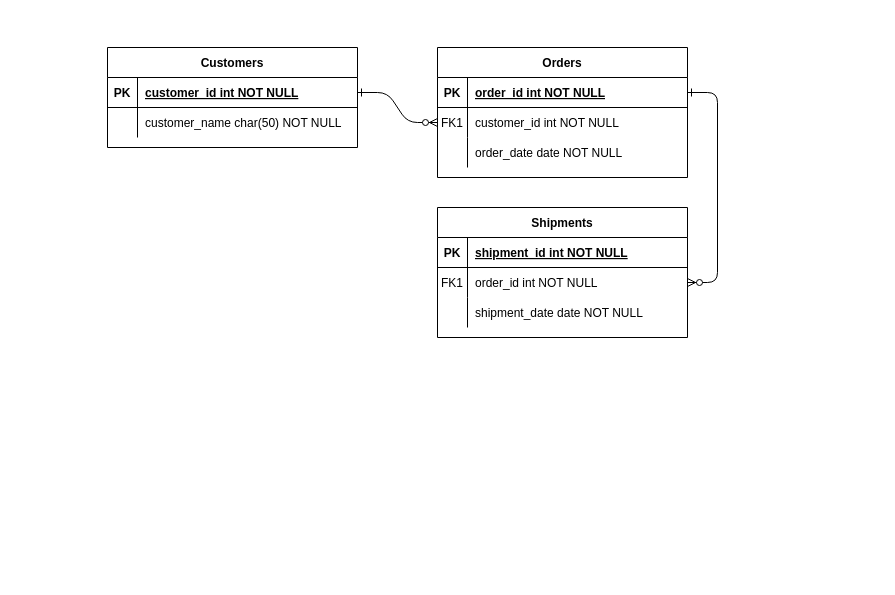
Above: HATS.drawio in cadetCoder/Activity (draw.io), before the change. Source tidied: cells renumbered, new cells numbered last; positions are measured from the earlier drawing's top-left corner, leaving out a move shared by most shapes. Both pictures are drawn from the tidied source at 100%, with x=0, y=0 at pixel (107, 47).
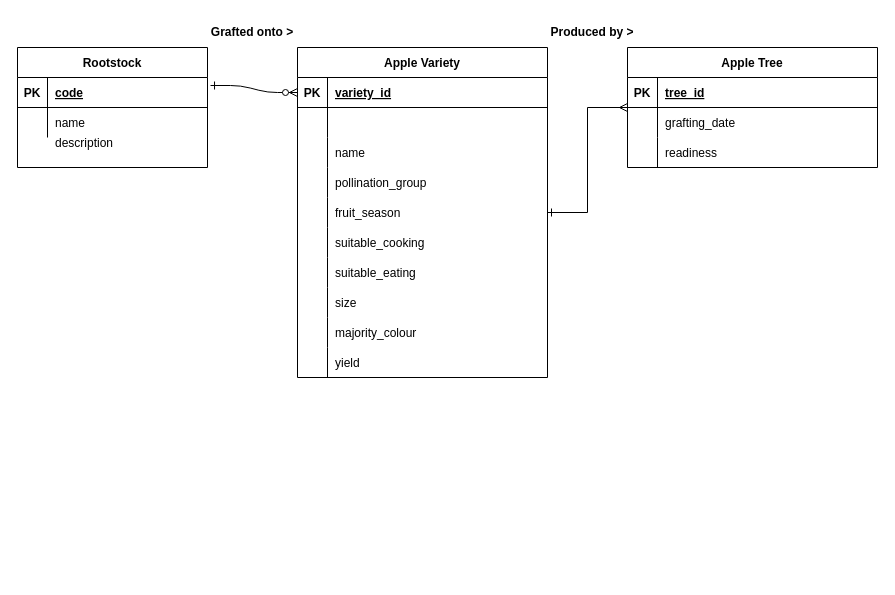
Above is the later version.

Unchanged cells that the change refers to:
```xml
<mxCell id="5" style="shape=partialRectangle;fillColor=none;points=[[0,0.5],[1,0.5]];portConstraint=eastwest;top=0;left=0;right=0;bottom=1;" parent="4" vertex="1">
  <mxGeometry y="30" width="250" height="30" as="geometry" />
</mxCell>
<mxCell id="8" style="shape=partialRectangle;fillColor=none;points=[[0,0.5],[1,0.5]];portConstraint=eastwest;top=0;left=0;right=0;bottom=0;" parent="4" vertex="1">
  <mxGeometry y="60" width="250" height="30" as="geometry" />
</mxCell>
<mxCell id="11" style="shape=partialRectangle;fillColor=none;top=0;left=0;right=0;bottom=0;" parent="4" vertex="1">
  <mxGeometry y="90" width="250" height="30" as="geometry" />
</mxCell>
```

Change to the diagram source:
```diff
@@
-    <mxCell id="2" style="edgeStyle=entityRelationEdgeStyle;endArrow=ERzeroToMany;startArrow=ERone;endFill=1;startFill=0;" parent="1" edge="1" source="25" target="8">
+    <mxCell id="2" style="edgeStyle=entityRelationEdgeStyle;endArrow=ERzeroToMany;startArrow=ERone;endFill=1;startFill=0;exitX=1.016;exitY=0.267;exitDx=0;exitDy=0;exitPerimeter=0;entryX=0;entryY=0.5;entryDx=0;entryDy=0;" parent="1" edge="1" source="25" target="5">
       <mxGeometry relative="1" as="geometry" />
     </mxCell>
-    <mxCell id="3" style="edgeStyle=entityRelationEdgeStyle;endArrow=ERzeroToMany;startArrow=ERone;endFill=1;startFill=0;" parent="1" edge="1" source="5" target="18">
-      <mxGeometry relative="1" as="geometry" />
-    </mxCell>
+    <mxCell id="31" style="edgeStyle=orthogonalEdgeStyle;rounded=0;jettySize=auto;html=1;endArrow=ERmany;endFill=0;startArrow=ERone;startFill=0;" parent="1" edge="1" source="4" target="56">
+      <mxGeometry relative="1" as="geometry" />
+    </mxCell>
-    <mxCell id="4" value="Orders" style="shape=table;startSize=30;childLayout=tableLayout;rowLines=0;fontStyle=1;align=center;" parent="1" vertex="1">
-      <mxGeometry x="330" width="250" height="130" as="geometry" />
+    <mxCell id="4" value="Apple Variety" style="shape=table;startSize=30;childLayout=tableLayout;rowLines=0;fontStyle=1;align=center;" parent="1" vertex="1">
+      <mxGeometry x="190" width="250" height="330" as="geometry" />
     </mxCell>
@@
-    <mxCell id="7" value="order_id int NOT NULL " style="shape=partialRectangle;overflow=hidden;fillColor=none;top=0;left=0;bottom=0;right=0;align=left;spacingLeft=6;fontStyle=5;" parent="5" vertex="1">
+    <mxCell id="7" value="variety_id" style="shape=partialRectangle;overflow=hidden;fillColor=none;top=0;left=0;bottom=0;right=0;align=left;spacingLeft=6;fontStyle=5;" parent="5" vertex="1">
       <mxGeometry x="30" width="220" height="30" as="geometry" />
     </mxCell>
@@
-    <mxCell id="9" value="FK1" style="shape=partialRectangle;overflow=hidden;fillColor=none;top=0;left=0;bottom=0;right=0;" parent="8" vertex="1">
+    <mxCell id="9" style="shape=partialRectangle;overflow=hidden;fillColor=none;top=0;left=0;bottom=0;right=0;" parent="8" vertex="1">
       <mxGeometry width="30" height="30" as="geometry" />
     </mxCell>
-    <mxCell id="10" value="customer_id int NOT NULL" style="shape=partialRectangle;overflow=hidden;fillColor=none;top=0;left=0;bottom=0;right=0;align=left;spacingLeft=6;" parent="8" vertex="1">
+    <mxCell id="10" style="shape=partialRectangle;overflow=hidden;fillColor=none;top=0;left=0;bottom=0;right=0;align=left;spacingLeft=6;" parent="8" vertex="1">
       <mxGeometry x="30" width="220" height="30" as="geometry" />
     </mxCell>
@@
-    <mxCell id="13" value="order_date date NOT NULL" style="shape=partialRectangle;overflow=hidden;fillColor=none;top=0;left=0;bottom=0;right=0;align=left;spacingLeft=6;" parent="11" vertex="1">
+    <mxCell id="13" value="name" style="shape=partialRectangle;overflow=hidden;fillColor=none;top=0;left=0;bottom=0;right=0;align=left;spacingLeft=6;" parent="11" vertex="1">
       <mxGeometry x="30" width="220" height="30" as="geometry" />
     </mxCell>
-    <mxCell id="14" value="Shipments" style="shape=table;startSize=30;childLayout=tableLayout;rowLines=0;fontStyle=1;align=center;" parent="1" vertex="1">
-      <mxGeometry x="330" y="160" width="250" height="130" as="geometry" />
-    </mxCell>
-    <mxCell id="15" style="shape=partialRectangle;fillColor=none;top=0;left=0;right=0;bottom=1;" parent="14" vertex="1">
-      <mxGeometry y="30" width="250" height="30" as="geometry" />
-    </mxCell>
-    <mxCell id="16" value="PK" style="shape=partialRectangle;overflow=hidden;fillColor=none;top=0;left=0;bottom=0;right=0;fontStyle=1;" parent="15" vertex="1">
-      <mxGeometry width="30" height="30" as="geometry" />
-    </mxCell>
-    <mxCell id="17" value="shipment_id int NOT NULL " style="shape=partialRectangle;overflow=hidden;fillColor=none;top=0;left=0;bottom=0;right=0;align=left;spacingLeft=6;fontStyle=5;" parent="15" vertex="1">
-      <mxGeometry x="30" width="220" height="30" as="geometry" />
-    </mxCell>
-    <mxCell id="18" style="shape=partialRectangle;fillColor=none;points=[[0,0.5],[1,0.5]];portConstraint=eastwest;top=0;left=0;right=0;bottom=0;" parent="14" vertex="1">
-      <mxGeometry y="60" width="250" height="30" as="geometry" />
-    </mxCell>
-    <mxCell id="19" value="FK1" style="shape=partialRectangle;overflow=hidden;fillColor=none;top=0;left=0;bottom=0;right=0;" parent="18" vertex="1">
-      <mxGeometry width="30" height="30" as="geometry" />
-    </mxCell>
-    <mxCell id="20" value="order_id int NOT NULL" style="shape=partialRectangle;overflow=hidden;fillColor=none;top=0;left=0;bottom=0;right=0;align=left;spacingLeft=6;" parent="18" vertex="1">
-      <mxGeometry x="30" width="220" height="30" as="geometry" />
-    </mxCell>
-    <mxCell id="21" style="shape=partialRectangle;fillColor=none;top=0;left=0;right=0;bottom=0;" parent="14" vertex="1">
-      <mxGeometry y="90" width="250" height="30" as="geometry" />
-    </mxCell>
-    <mxCell id="22" style="shape=partialRectangle;overflow=hidden;fillColor=none;top=0;left=0;bottom=0;right=0;" parent="21" vertex="1">
-      <mxGeometry width="30" height="30" as="geometry" />
-    </mxCell>
-    <mxCell id="23" value="shipment_date date NOT NULL" style="shape=partialRectangle;overflow=hidden;fillColor=none;top=0;left=0;bottom=0;right=0;align=left;spacingLeft=6;" parent="21" vertex="1">
-      <mxGeometry x="30" width="220" height="30" as="geometry" />
-    </mxCell>
+    <mxCell id="32" style="shape=partialRectangle;fillColor=none;top=0;left=0;right=0;bottom=0;" parent="4" vertex="1">
+      <mxGeometry y="120" width="250" height="30" as="geometry" />
+    </mxCell>
+    <mxCell id="33" style="shape=partialRectangle;overflow=hidden;fillColor=none;top=0;left=0;bottom=0;right=0;" parent="32" vertex="1">
+      <mxGeometry width="30" height="30" as="geometry" />
+    </mxCell>
+    <mxCell id="34" value="pollination_group" style="shape=partialRectangle;overflow=hidden;fillColor=none;top=0;left=0;bottom=0;right=0;align=left;spacingLeft=6;" parent="32" vertex="1">
+      <mxGeometry x="30" width="220" height="30" as="geometry" />
+    </mxCell>
+    <mxCell id="35" style="shape=partialRectangle;fillColor=none;top=0;left=0;right=0;bottom=0;" parent="4" vertex="1">
+      <mxGeometry y="150" width="250" height="30" as="geometry" />
+    </mxCell>
+    <mxCell id="36" style="shape=partialRectangle;overflow=hidden;fillColor=none;top=0;left=0;bottom=0;right=0;" parent="35" vertex="1">
+      <mxGeometry width="30" height="30" as="geometry" />
+    </mxCell>
+    <mxCell id="37" value="fruit_season" style="shape=partialRectangle;overflow=hidden;fillColor=none;top=0;left=0;bottom=0;right=0;align=left;spacingLeft=6;" parent="35" vertex="1">
+      <mxGeometry x="30" width="220" height="30" as="geometry" />
+    </mxCell>
+    <mxCell id="38" style="shape=partialRectangle;fillColor=none;top=0;left=0;right=0;bottom=0;" parent="4" vertex="1">
+      <mxGeometry y="180" width="250" height="30" as="geometry" />
+    </mxCell>
+    <mxCell id="39" style="shape=partialRectangle;overflow=hidden;fillColor=none;top=0;left=0;bottom=0;right=0;" parent="38" vertex="1">
+      <mxGeometry width="30" height="30" as="geometry" />
+    </mxCell>
+    <mxCell id="40" value="suitable_cooking" style="shape=partialRectangle;overflow=hidden;fillColor=none;top=0;left=0;bottom=0;right=0;align=left;spacingLeft=6;" parent="38" vertex="1">
+      <mxGeometry x="30" width="220" height="30" as="geometry" />
+    </mxCell>
+    <mxCell id="41" style="shape=partialRectangle;fillColor=none;top=0;left=0;right=0;bottom=0;" parent="4" vertex="1">
+      <mxGeometry y="210" width="250" height="30" as="geometry" />
+    </mxCell>
+    <mxCell id="42" style="shape=partialRectangle;overflow=hidden;fillColor=none;top=0;left=0;bottom=0;right=0;" parent="41" vertex="1">
+      <mxGeometry width="30" height="30" as="geometry" />
+    </mxCell>
+    <mxCell id="43" value="suitable_eating" style="shape=partialRectangle;overflow=hidden;fillColor=none;top=0;left=0;bottom=0;right=0;align=left;spacingLeft=6;" parent="41" vertex="1">
+      <mxGeometry x="30" width="220" height="30" as="geometry" />
+    </mxCell>
+    <mxCell id="44" style="shape=partialRectangle;fillColor=none;top=0;left=0;right=0;bottom=0;" parent="4" vertex="1">
+      <mxGeometry y="240" width="250" height="30" as="geometry" />
+    </mxCell>
+    <mxCell id="45" style="shape=partialRectangle;overflow=hidden;fillColor=none;top=0;left=0;bottom=0;right=0;" parent="44" vertex="1">
+      <mxGeometry width="30" height="30" as="geometry" />
+    </mxCell>
+    <mxCell id="46" value="size" style="shape=partialRectangle;overflow=hidden;fillColor=none;top=0;left=0;bottom=0;right=0;align=left;spacingLeft=6;" parent="44" vertex="1">
+      <mxGeometry x="30" width="220" height="30" as="geometry" />
+    </mxCell>
+    <mxCell id="47" style="shape=partialRectangle;fillColor=none;top=0;left=0;right=0;bottom=0;" parent="4" vertex="1">
+      <mxGeometry y="270" width="250" height="30" as="geometry" />
+    </mxCell>
+    <mxCell id="48" style="shape=partialRectangle;overflow=hidden;fillColor=none;top=0;left=0;bottom=0;right=0;" parent="47" vertex="1">
+      <mxGeometry width="30" height="30" as="geometry" />
+    </mxCell>
+    <mxCell id="49" value="majority_colour" style="shape=partialRectangle;overflow=hidden;fillColor=none;top=0;left=0;bottom=0;right=0;align=left;spacingLeft=6;" parent="47" vertex="1">
+      <mxGeometry x="30" width="220" height="30" as="geometry" />
+    </mxCell>
+    <mxCell id="50" style="shape=partialRectangle;fillColor=none;top=0;left=0;right=0;bottom=0;" parent="4" vertex="1">
+      <mxGeometry y="300" width="250" height="30" as="geometry" />
+    </mxCell>
+    <mxCell id="51" style="shape=partialRectangle;overflow=hidden;fillColor=none;top=0;left=0;bottom=0;right=0;" parent="50" vertex="1">
+      <mxGeometry width="30" height="30" as="geometry" />
+    </mxCell>
+    <mxCell id="52" value="yield" style="shape=partialRectangle;overflow=hidden;fillColor=none;top=0;left=0;bottom=0;right=0;align=left;spacingLeft=6;" parent="50" vertex="1">
+      <mxGeometry x="30" width="220" height="30" as="geometry" />
+    </mxCell>
-    <mxCell id="24" value="Customers" style="shape=table;startSize=30;childLayout=tableLayout;rowLines=0;fontStyle=1;align=center;" parent="1" vertex="1">
-      <mxGeometry width="250" height="100" as="geometry" />
+    <mxCell id="24" value="Rootstock" style="shape=table;startSize=30;childLayout=tableLayout;rowLines=0;fontStyle=1;align=center;" parent="1" vertex="1">
+      <mxGeometry x="-90" width="190" height="120" as="geometry" />
     </mxCell>
     <mxCell id="25" style="shape=partialRectangle;fillColor=none;points=[[0,0.5],[1,0.5]];portConstraint=eastwest;top=0;left=0;right=0;bottom=1;" parent="24" vertex="1">
-      <mxGeometry y="30" width="250" height="30" as="geometry" />
+      <mxGeometry y="30" width="190" height="30" as="geometry" />
     </mxCell>
@@
-    <mxCell id="27" value="customer_id int NOT NULL " style="shape=partialRectangle;overflow=hidden;fillColor=none;top=0;left=0;bottom=0;right=0;align=left;spacingLeft=6;fontStyle=5;" parent="25" vertex="1">
-      <mxGeometry x="30" width="220" height="30" as="geometry" />
+    <mxCell id="27" value="code" style="shape=partialRectangle;overflow=hidden;fillColor=none;top=0;left=0;bottom=0;right=0;align=left;spacingLeft=6;fontStyle=5;" parent="25" vertex="1">
+      <mxGeometry x="30" width="160" height="30" as="geometry" />
     </mxCell>
     <mxCell id="28" style="shape=partialRectangle;fillColor=none;top=0;left=0;right=0;bottom=0;" parent="24" vertex="1">
-      <mxGeometry y="60" width="250" height="30" as="geometry" />
+      <mxGeometry y="60" width="190" height="30" as="geometry" />
     </mxCell>
@@
-    <mxCell id="30" value="customer_name char(50) NOT NULL" style="shape=partialRectangle;overflow=hidden;fillColor=none;top=0;left=0;bottom=0;right=0;align=left;spacingLeft=6;" parent="28" vertex="1">
-      <mxGeometry x="30" width="220" height="30" as="geometry" />
+    <mxCell id="30" value="name" style="shape=partialRectangle;overflow=hidden;fillColor=none;top=0;left=0;bottom=0;right=0;align=left;spacingLeft=6;" parent="28" vertex="1">
+      <mxGeometry x="30" width="160" height="30" as="geometry" />
     </mxCell>
+    <mxCell id="53" value="description" style="shape=partialRectangle;overflow=hidden;fillColor=none;top=0;left=0;bottom=0;right=0;align=left;spacingLeft=6;" parent="1" vertex="1">
+      <mxGeometry x="-60" y="80" width="220" height="30" as="geometry" />
+    </mxCell>
+    <mxCell id="54" style="shape=partialRectangle;overflow=hidden;fillColor=none;top=0;left=0;bottom=0;right=0;align=left;spacingLeft=6;" parent="1" vertex="1">
+      <mxGeometry x="70" y="470" width="220" height="30" as="geometry" />
+    </mxCell>
+    <mxCell id="55" style="shape=partialRectangle;overflow=hidden;fillColor=none;top=0;left=0;bottom=0;right=0;align=left;spacingLeft=6;" parent="1" vertex="1">
+      <mxGeometry x="70" y="500" width="220" height="30" as="geometry" />
+    </mxCell>
+    <mxCell id="56" value="Apple Tree" style="shape=table;startSize=30;childLayout=tableLayout;rowLines=0;fontStyle=1;align=center;" parent="1" vertex="1">
+      <mxGeometry x="520" width="250" height="120" as="geometry" />
+    </mxCell>
+    <mxCell id="15" style="shape=partialRectangle;fillColor=none;top=0;left=0;right=0;bottom=1;" parent="56" vertex="1">
+      <mxGeometry y="30" width="250" height="30" as="geometry" />
+    </mxCell>
+    <mxCell id="16" value="PK" style="shape=partialRectangle;overflow=hidden;fillColor=none;top=0;left=0;bottom=0;right=0;fontStyle=1;" parent="15" vertex="1">
+      <mxGeometry width="30" height="30" as="geometry" />
+    </mxCell>
+    <mxCell id="57" value="tree_id" style="shape=partialRectangle;overflow=hidden;fillColor=none;top=0;left=0;bottom=0;right=0;align=left;spacingLeft=6;fontStyle=5;" parent="15" vertex="1">
+      <mxGeometry x="30" width="220" height="30" as="geometry" />
+    </mxCell>
+    <mxCell id="18" style="shape=partialRectangle;fillColor=none;points=[[0,0.5],[1,0.5]];portConstraint=eastwest;top=0;left=0;right=0;bottom=0;" parent="56" vertex="1">
+      <mxGeometry y="60" width="250" height="30" as="geometry" />
+    </mxCell>
+    <mxCell id="58" style="shape=partialRectangle;overflow=hidden;fillColor=none;top=0;left=0;bottom=0;right=0;" parent="18" vertex="1">
+      <mxGeometry width="30" height="30" as="geometry" />
+    </mxCell>
+    <mxCell id="59" value="grafting_date" style="shape=partialRectangle;overflow=hidden;fillColor=none;top=0;left=0;bottom=0;right=0;align=left;spacingLeft=6;" parent="18" vertex="1">
+      <mxGeometry x="30" width="220" height="30" as="geometry" />
+    </mxCell>
+    <mxCell id="21" style="shape=partialRectangle;fillColor=none;top=0;left=0;right=0;bottom=0;" parent="56" vertex="1">
+      <mxGeometry y="90" width="250" height="30" as="geometry" />
+    </mxCell>
+    <mxCell id="60" style="shape=partialRectangle;overflow=hidden;fillColor=none;top=0;left=0;bottom=0;right=0;" parent="21" vertex="1">
+      <mxGeometry width="30" height="30" as="geometry" />
+    </mxCell>
+    <mxCell id="61" value="readiness" style="shape=partialRectangle;overflow=hidden;fillColor=none;top=0;left=0;bottom=0;right=0;align=left;spacingLeft=6;" parent="21" vertex="1">
+      <mxGeometry x="30" width="220" height="30" as="geometry" />
+    </mxCell>
+    <mxCell id="62" value="&lt;b&gt;Grafted onto &amp;gt;&lt;/b&gt;" style="text;html=1;strokeColor=none;fillColor=none;align=center;verticalAlign=middle;whiteSpace=wrap;rounded=0;" parent="1" vertex="1">
+      <mxGeometry x="100" y="-30" width="90" height="30" as="geometry" />
+    </mxCell>
+    <mxCell id="63" value="&lt;b&gt;Produced by &amp;gt;&lt;/b&gt;" style="text;html=1;strokeColor=none;fillColor=none;align=center;verticalAlign=middle;whiteSpace=wrap;rounded=0;" parent="1" vertex="1">
+      <mxGeometry x="440" y="-30" width="90" height="30" as="geometry" />
+    </mxCell>
```
